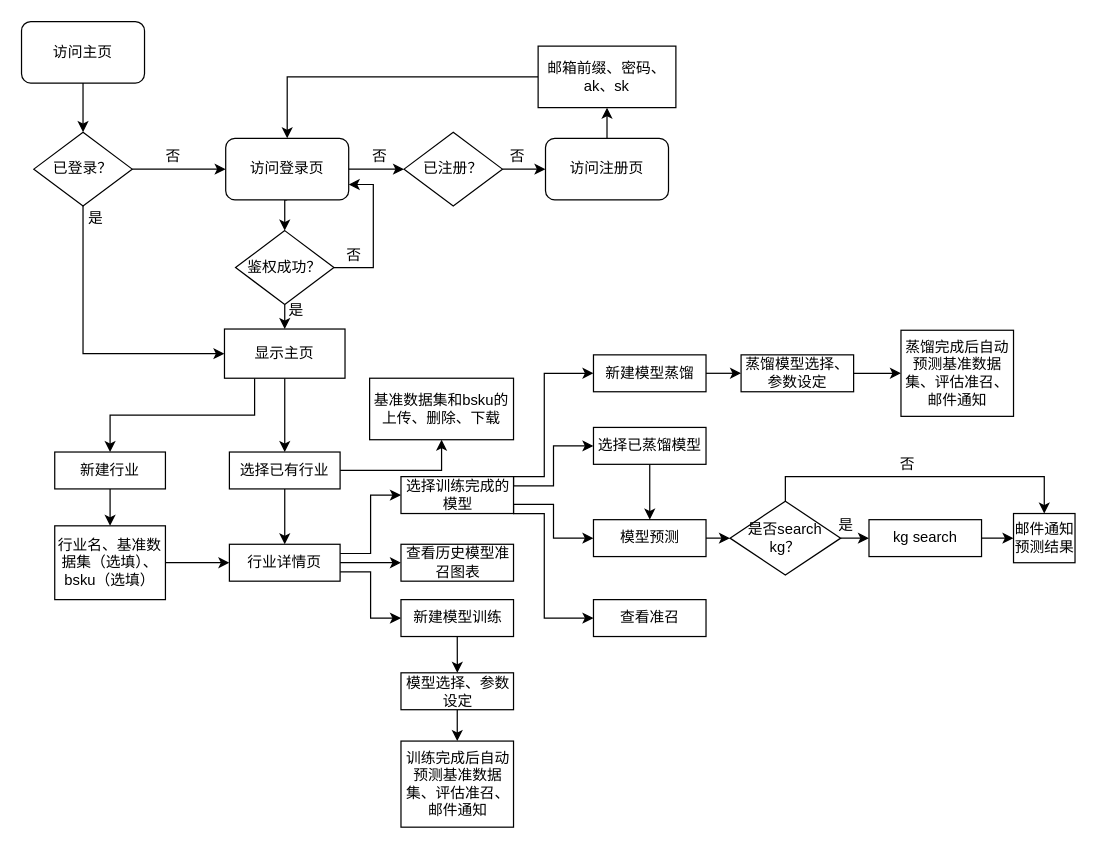
Earlier version of the draw.io diagram Untitled Diagram.drawio (cultivater/hello-world). Source tidied: cells renumbered, new cells numbered last; positions are measured from the earlier drawing's top-left corner, leaving out a move shared by most shapes. Both pictures are drawn from the tidied source at 123%, with x=0, y=0 at pixel (21, 21).
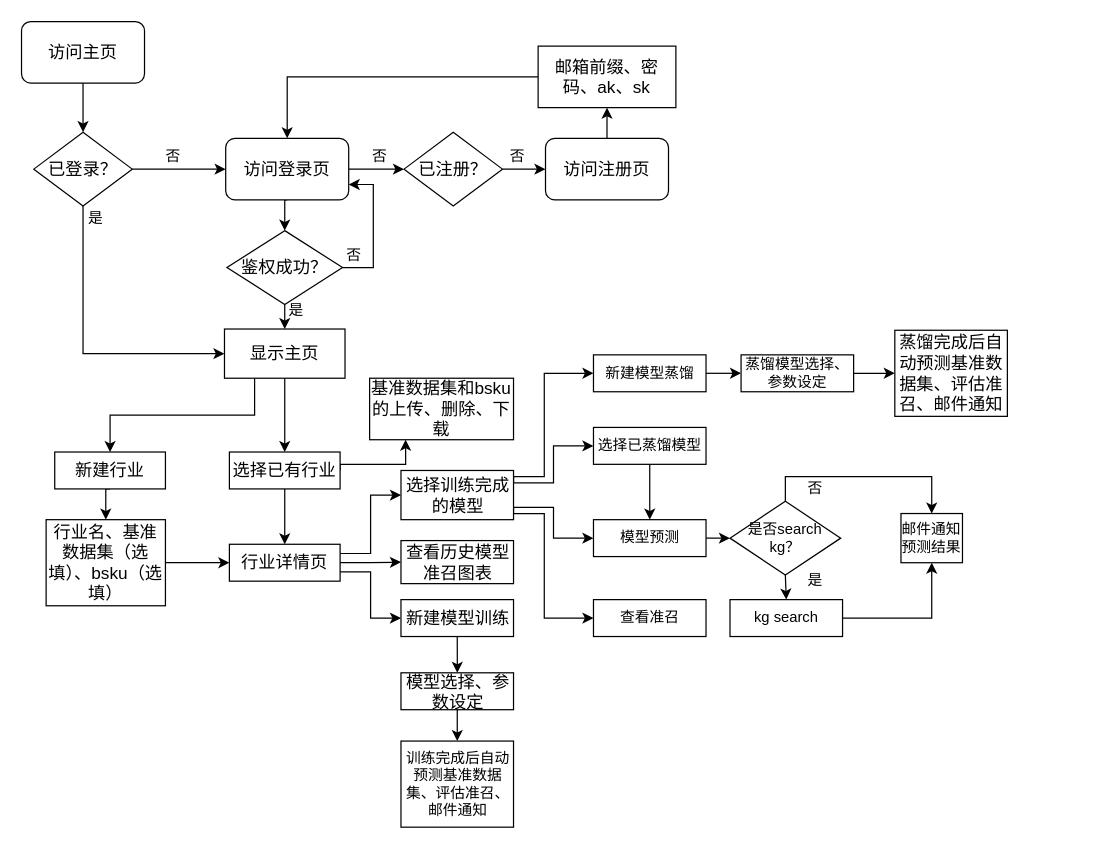
The same page after the edit.

Unchanged cells that the change refers to:
```xml
<mxCell id="57" value="是否search kg？" style="rhombus;whiteSpace=wrap;html=1;" parent="1" vertex="1">
  <mxGeometry x="576" y="390" width="90" height="60" as="geometry" />
</mxCell>
```

Diff of the diagram source:
```diff
@@
-    <mxCell id="3" value="访问主页" style="rounded=1;whiteSpace=wrap;html=1;" parent="1" vertex="1">
+    <mxCell id="3" value="&lt;font style=&quot;font-size: 14px&quot;&gt;访问主页&lt;/font&gt;" style="rounded=1;whiteSpace=wrap;html=1;" parent="1" vertex="1">
       <mxGeometry width="100" height="50" as="geometry" />
     </mxCell>
@@
-    <mxCell id="6" value="访问登录页" style="rounded=1;whiteSpace=wrap;html=1;" parent="1" vertex="1">
+    <mxCell id="6" value="&lt;font style=&quot;font-size: 14px&quot;&gt;访问登录页&lt;/font&gt;" style="rounded=1;whiteSpace=wrap;html=1;" parent="1" vertex="1">
       <mxGeometry x="166" y="95" width="100" height="50" as="geometry" />
     </mxCell>
@@
-    <mxCell id="9" value="已登录？" style="rhombus;whiteSpace=wrap;html=1;" parent="1" vertex="1">
+    <mxCell id="9" value="&lt;font style=&quot;font-size: 14px&quot;&gt;已登录？&lt;/font&gt;" style="rhombus;whiteSpace=wrap;html=1;" parent="1" vertex="1">
       <mxGeometry x="10" y="90" width="80" height="60" as="geometry" />
     </mxCell>
@@
-    <mxCell id="12" value="已注册？" style="rhombus;whiteSpace=wrap;html=1;" parent="1" vertex="1">
+    <mxCell id="12" value="&lt;font style=&quot;font-size: 14px&quot;&gt;已注册？&lt;/font&gt;" style="rhombus;whiteSpace=wrap;html=1;" parent="1" vertex="1">
       <mxGeometry x="311" y="90" width="80" height="60" as="geometry" />
     </mxCell>
@@
-    <mxCell id="14" value="访问注册页" style="rounded=1;whiteSpace=wrap;html=1;" parent="1" vertex="1">
+    <mxCell id="14" value="&lt;font style=&quot;font-size: 14px&quot;&gt;访问注册页&lt;/font&gt;" style="rounded=1;whiteSpace=wrap;html=1;" parent="1" vertex="1">
       <mxGeometry x="426" y="95" width="100" height="50" as="geometry" />
     </mxCell>
@@
-    <mxCell id="18" value="邮箱前缀、密码、ak、sk" style="rounded=0;whiteSpace=wrap;html=1;" parent="1" vertex="1">
+    <mxCell id="18" value="&lt;font style=&quot;font-size: 14px&quot;&gt;邮箱前缀、密码、ak、sk&lt;/font&gt;" style="rounded=0;whiteSpace=wrap;html=1;" parent="1" vertex="1">
       <mxGeometry x="420" y="20" width="112" height="50" as="geometry" />
     </mxCell>
@@
-    <mxCell id="21" value="鉴权成功？" style="rhombus;whiteSpace=wrap;html=1;" parent="1" vertex="1">
-      <mxGeometry x="174" y="170" width="80" height="60" as="geometry" />
+    <mxCell id="21" value="&lt;font style=&quot;font-size: 14px&quot;&gt;鉴权成功？&lt;/font&gt;" style="rhombus;whiteSpace=wrap;html=1;" parent="1" vertex="1">
+      <mxGeometry x="167" y="170" width="94" height="60" as="geometry" />
     </mxCell>
@@
-    <mxCell id="25" value="显示主页" style="rounded=0;whiteSpace=wrap;html=1;" parent="1" vertex="1">
+    <mxCell id="25" value="&lt;font style=&quot;font-size: 14px&quot;&gt;显示主页&lt;/font&gt;" style="rounded=0;whiteSpace=wrap;html=1;" parent="1" vertex="1">
       <mxGeometry x="165" y="250" width="98" height="40" as="geometry" />
     </mxCell>
@@
-    <mxCell id="29" value="新建行业" style="rounded=0;whiteSpace=wrap;html=1;" parent="1" vertex="1">
+    <mxCell id="29" value="&lt;font style=&quot;font-size: 14px&quot;&gt;新建行业&lt;/font&gt;" style="rounded=0;whiteSpace=wrap;html=1;" parent="1" vertex="1">
       <mxGeometry x="27" y="350" width="90" height="30" as="geometry" />
     </mxCell>
@@
-    <mxCell id="31" value="行业名、基准数据集（选填）、bsku（选填）" style="rounded=0;whiteSpace=wrap;html=1;" parent="1" vertex="1">
-      <mxGeometry x="27" y="410" width="90" height="60" as="geometry" />
+    <mxCell id="31" value="&lt;font style=&quot;font-size: 14px&quot;&gt;行业名、基准数据集（选填）、bsku（选填）&lt;/font&gt;" style="rounded=0;whiteSpace=wrap;html=1;" parent="1" vertex="1">
+      <mxGeometry x="20" y="405" width="97" height="70" as="geometry" />
     </mxCell>
@@
-    <mxCell id="33" style="edgeStyle=orthogonalEdgeStyle;rounded=0;jettySize=auto;html=1;exitX=1;exitY=0.5;exitDx=0;exitDy=0;entryX=0.5;entryY=1;entryDx=0;entryDy=0;" parent="1" edge="1" source="34" target="68">
-      <mxGeometry relative="1" as="geometry" />
+    <mxCell id="33" style="edgeStyle=orthogonalEdgeStyle;rounded=0;jettySize=auto;html=1;exitX=1;exitY=0.5;exitDx=0;exitDy=0;entryX=0.25;entryY=1;entryDx=0;entryDy=0;" parent="1" edge="1" source="34" target="68">
+      <mxGeometry relative="1" as="geometry">
+        <Array as="points">
+          <mxPoint x="259" y="360" />
+          <mxPoint x="312" y="360" />
+        </Array>
+      </mxGeometry>
     </mxCell>
-    <mxCell id="34" value="选择已有行业" style="rounded=0;whiteSpace=wrap;html=1;" parent="1" vertex="1">
+    <mxCell id="34" value="&lt;font style=&quot;font-size: 14px&quot;&gt;选择已有行业&lt;/font&gt;" style="rounded=0;whiteSpace=wrap;html=1;" parent="1" vertex="1">
       <mxGeometry x="169" y="350" width="90" height="30" as="geometry" />
     </mxCell>
@@
-    <mxCell id="38" value="行业详情页" style="rounded=0;whiteSpace=wrap;html=1;" parent="1" vertex="1">
+    <mxCell id="38" value="&lt;font style=&quot;font-size: 14px&quot;&gt;行业详情页&lt;/font&gt;" style="rounded=0;whiteSpace=wrap;html=1;" parent="1" vertex="1">
       <mxGeometry x="169" y="425" width="90" height="30" as="geometry" />
     </mxCell>
@@
-    <mxCell id="43" value="选择训练完成的模型" style="rounded=0;whiteSpace=wrap;html=1;" parent="1" vertex="1">
-      <mxGeometry x="308.5" y="370" width="91.5" height="30" as="geometry" />
+    <mxCell id="43" value="&lt;font style=&quot;font-size: 14px&quot;&gt;选择训练完成的模型&lt;/font&gt;" style="rounded=0;whiteSpace=wrap;html=1;" parent="1" vertex="1">
+      <mxGeometry x="308.5" y="365" width="91.5" height="40" as="geometry" />
     </mxCell>
@@
-    <mxCell id="45" value="新建模型训练" style="rounded=0;whiteSpace=wrap;html=1;" parent="1" vertex="1">
+    <mxCell id="45" value="&lt;font style=&quot;font-size: 14px&quot;&gt;新建模型训练&lt;/font&gt;" style="rounded=0;whiteSpace=wrap;html=1;" parent="1" vertex="1">
       <mxGeometry x="308.5" y="470" width="91.5" height="30" as="geometry" />
     </mxCell>
@@
-    <mxCell id="47" value="模型选择、参数设定" style="rounded=0;whiteSpace=wrap;html=1;" parent="1" vertex="1">
+    <mxCell id="47" value="&lt;font style=&quot;font-size: 14px&quot;&gt;模型选择、参数设定&lt;/font&gt;" style="rounded=0;whiteSpace=wrap;html=1;" parent="1" vertex="1">
       <mxGeometry x="308.5" y="529.5" width="91.5" height="30" as="geometry" />
     </mxCell>
@@
-    <mxCell id="51" value="查看历史模型准召图表" style="rounded=0;whiteSpace=wrap;html=1;" parent="1" vertex="1">
-      <mxGeometry x="308.5" y="425" width="91.5" height="30" as="geometry" />
+    <mxCell id="51" value="&lt;font style=&quot;font-size: 14px&quot;&gt;查看历史模型准召图表&lt;/font&gt;" style="rounded=0;whiteSpace=wrap;html=1;" parent="1" vertex="1">
+      <mxGeometry x="308.5" y="422" width="91.5" height="35" as="geometry" />
     </mxCell>
@@
-    <mxCell id="55" style="edgeStyle=orthogonalEdgeStyle;rounded=0;jettySize=auto;html=1;exitX=1;exitY=0.5;exitDx=0;exitDy=0;entryX=0;entryY=0.5;entryDx=0;entryDy=0;" parent="1" edge="1" source="57" target="64">
+    <mxCell id="55" style="edgeStyle=orthogonalEdgeStyle;rounded=0;jettySize=auto;html=1;exitX=0.5;exitY=1;exitDx=0;exitDy=0;entryX=0.5;entryY=0;entryDx=0;entryDy=0;" parent="1" edge="1" source="57" target="64">
       <mxGeometry relative="1" as="geometry" />
     </mxCell>
@@
-    <mxCell id="60" value="蒸馏完成后自动预测基准数据集、评估准召、邮件通知" style="rounded=0;whiteSpace=wrap;html=1;" parent="1" vertex="1">
-      <mxGeometry x="715" y="251" width="91.5" height="70" as="geometry" />
+    <mxCell id="60" value="&lt;font style=&quot;font-size: 14px&quot;&gt;蒸馏完成后自动预测基准数据集、评估准召、邮件通知&lt;/font&gt;" style="rounded=0;whiteSpace=wrap;html=1;" parent="1" vertex="1">
+      <mxGeometry x="710" y="251" width="91.5" height="70" as="geometry" />
     </mxCell>
@@
     <mxCell id="64" value="kg search" style="rounded=0;whiteSpace=wrap;html=1;" parent="1" vertex="1">
-      <mxGeometry x="689" y="405" width="91.5" height="30" as="geometry" />
+      <mxGeometry x="576" y="470" width="91.5" height="30" as="geometry" />
     </mxCell>
     <mxCell id="65" value="邮件通知预测结果" style="rounded=0;whiteSpace=wrap;html=1;" parent="1" vertex="1">
-      <mxGeometry x="806.5" y="400" width="50" height="40" as="geometry" />
+      <mxGeometry x="715" y="400" width="50" height="40" as="geometry" />
     </mxCell>
     <mxCell id="66" value="是" style="text;html=1;align=center;verticalAlign=middle;" parent="1" vertex="1">
-      <mxGeometry x="655" y="400" width="30" height="20" as="geometry" />
+      <mxGeometry x="630" y="445" width="30" height="20" as="geometry" />
     </mxCell>
     <mxCell id="67" value="否" style="text;html=1;align=center;verticalAlign=middle;" parent="1" vertex="1">
-      <mxGeometry x="705" y="350" width="30" height="20" as="geometry" />
+      <mxGeometry x="630" y="370" width="30" height="20" as="geometry" />
     </mxCell>
-    <mxCell id="68" value="基准数据集和bsku的上传、删除、下载" style="rounded=0;whiteSpace=wrap;html=1;" parent="1" vertex="1">
+    <mxCell id="68" value="&lt;font style=&quot;font-size: 14px&quot;&gt;基准数据集和bsku的上传、删除、下载&lt;/font&gt;" style="rounded=0;whiteSpace=wrap;html=1;" parent="1" vertex="1">
       <mxGeometry x="283" y="290" width="117" height="50" as="geometry" />
     </mxCell>
```
